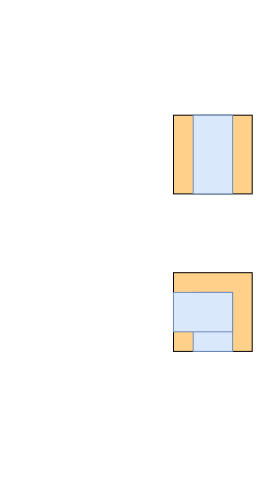
Earlier version of the draw.io diagram Druidas.drawio (Pablucas/Personal). Source tidied: cells renumbered, new cells numbered last; positions are measured from the earlier drawing's top-left corner, leaving out a move shared by most shapes. Both pictures are drawn from the tidied source at 100%, with x=0, y=0 at pixel (173, 115).
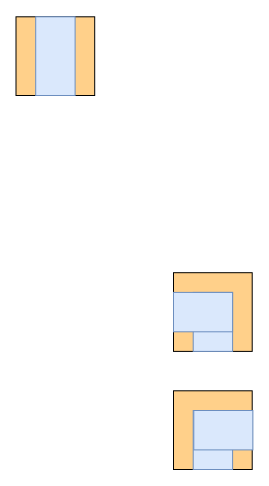
After the change.

The edit, as a diff of the source:
```diff
@@
 <mxGraphModel>
   <root>
     <mxCell id="0" />
     <mxCell id="1" parent="0" />
     <mxCell id="2" style="rounded=0;whiteSpace=wrap;html=1;fillColor=#FFD08A;strokeColor=#000000;" parent="1" vertex="1">
-      <mxGeometry y="-0.3" width="78.7" height="78.7" as="geometry" />
+      <mxGeometry x="-157.5" y="-98.7" width="78.7" height="78.7" as="geometry" />
     </mxCell>
     <mxCell id="3" style="rounded=0;whiteSpace=wrap;html=1;fillColor=#dae8fc;strokeColor=#6c8ebf;strokeWidth=1;" parent="1" vertex="1">
-      <mxGeometry x="19.7" y="-0.3" width="39.4" height="78.7" as="geometry" />
+      <mxGeometry x="-137.8" y="-98.7" width="39.4" height="78.7" as="geometry" />
     </mxCell>
     <mxCell id="4" style="rounded=0;whiteSpace=wrap;html=1;fillColor=#FFD08A;strokeColor=#000000;" parent="1" vertex="1">
       <mxGeometry y="157.2" width="78.7" height="78.7" as="geometry" />
     </mxCell>
     <mxCell id="5" style="rounded=0;whiteSpace=wrap;html=1;fillColor=#dae8fc;strokeColor=#6c8ebf;strokeWidth=1;" parent="1" vertex="1">
       <mxGeometry x="19.7" y="176.9" width="39.4" height="59" as="geometry" />
     </mxCell>
     <mxCell id="6" style="rounded=0;whiteSpace=wrap;html=1;fillColor=#dae8fc;strokeColor=#6c8ebf;strokeWidth=1;" parent="1" vertex="1">
       <mxGeometry y="176.9" width="59.1" height="39.4" as="geometry" />
     </mxCell>
+    <mxCell id="7" style="rounded=0;whiteSpace=wrap;html=1;fillColor=#FFD08A;strokeColor=#000000;" parent="1" vertex="1">
+      <mxGeometry y="275.3" width="78.7" height="78.7" as="geometry" />
+    </mxCell>
+    <mxCell id="8" style="rounded=0;whiteSpace=wrap;html=1;fillColor=#dae8fc;strokeColor=#6c8ebf;strokeWidth=1;" parent="1" vertex="1">
+      <mxGeometry x="19.7" y="295" width="39.4" height="59" as="geometry" />
+    </mxCell>
+    <mxCell id="9" style="rounded=0;whiteSpace=wrap;html=1;fillColor=#dae8fc;strokeColor=#6c8ebf;strokeWidth=1;" parent="1" vertex="1">
+      <mxGeometry x="20.3" y="295" width="59.1" height="39.4" as="geometry" />
+    </mxCell>
   </root>
 </mxGraphModel>
```
